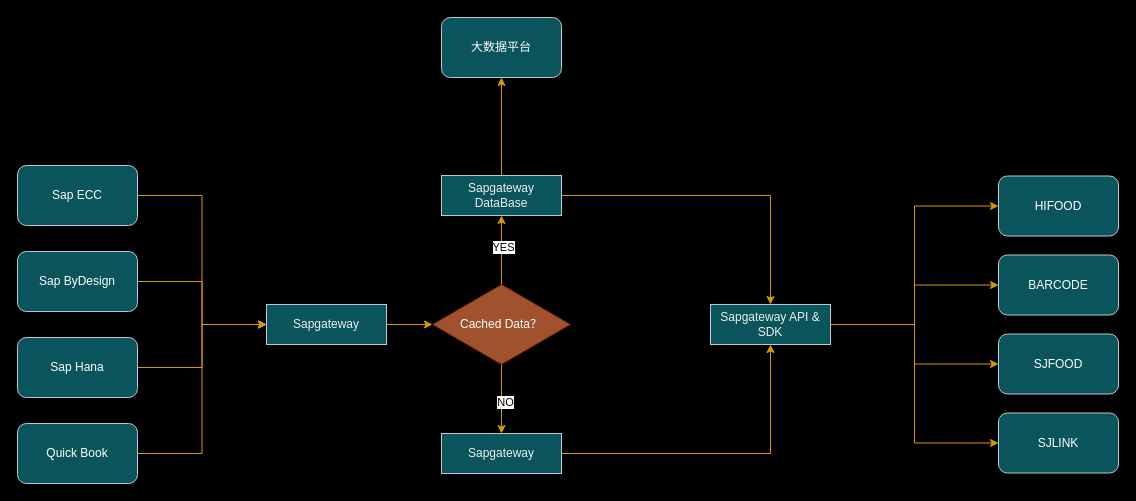
Earlier version of the draw.io diagram 未命名绘图.drawio (wingtian/SAP_F). Source tidied: cells renumbered, new cells numbered last; positions are measured from the earlier drawing's top-left corner, leaving out a move shared by most shapes. Both pictures are drawn from the tidied source at 100%, with x=0, y=0 at pixel (17, 17).
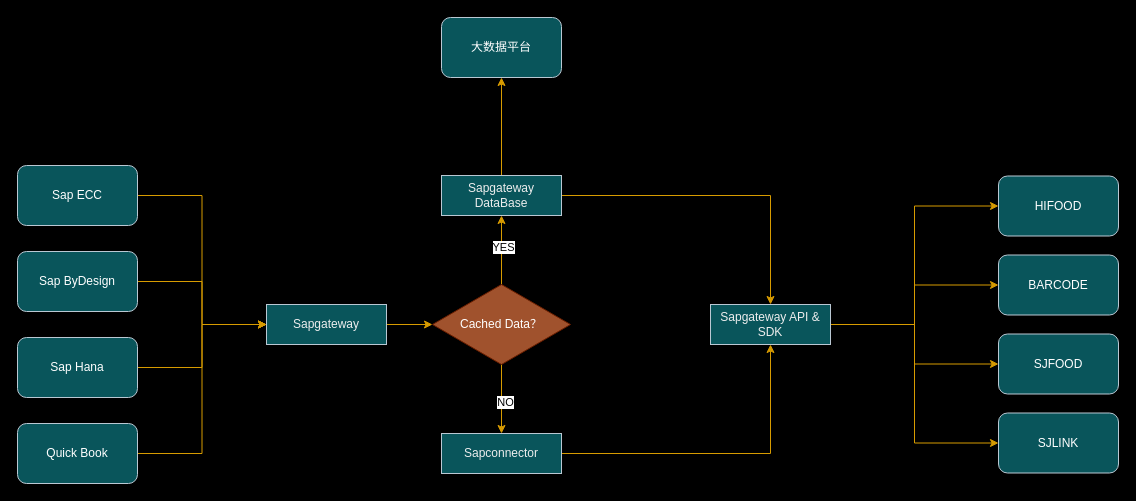
The same page after the edit.

Commit message (it also covers changes not shown here):
更新未命名绘图.drawio

What changed in the source:
```diff
@@
-    <mxCell id="25" value="Sapgateway&lt;br&gt;" style="rounded=0;whiteSpace=wrap;html=1;fontSize=12;glass=0;strokeWidth=1;shadow=0;labelBackgroundColor=none;fillColor=#09555B;strokeColor=#BAC8D3;fontColor=#EEEEEE;" parent="1" vertex="1">
+    <mxCell id="25" value="Sapconnector" style="rounded=0;whiteSpace=wrap;html=1;fontSize=12;glass=0;strokeWidth=1;shadow=0;labelBackgroundColor=none;fillColor=#09555B;strokeColor=#BAC8D3;fontColor=#EEEEEE;" parent="1" vertex="1">
       <mxGeometry x="424" y="416" width="120" height="40" as="geometry" />
     </mxCell>
```
